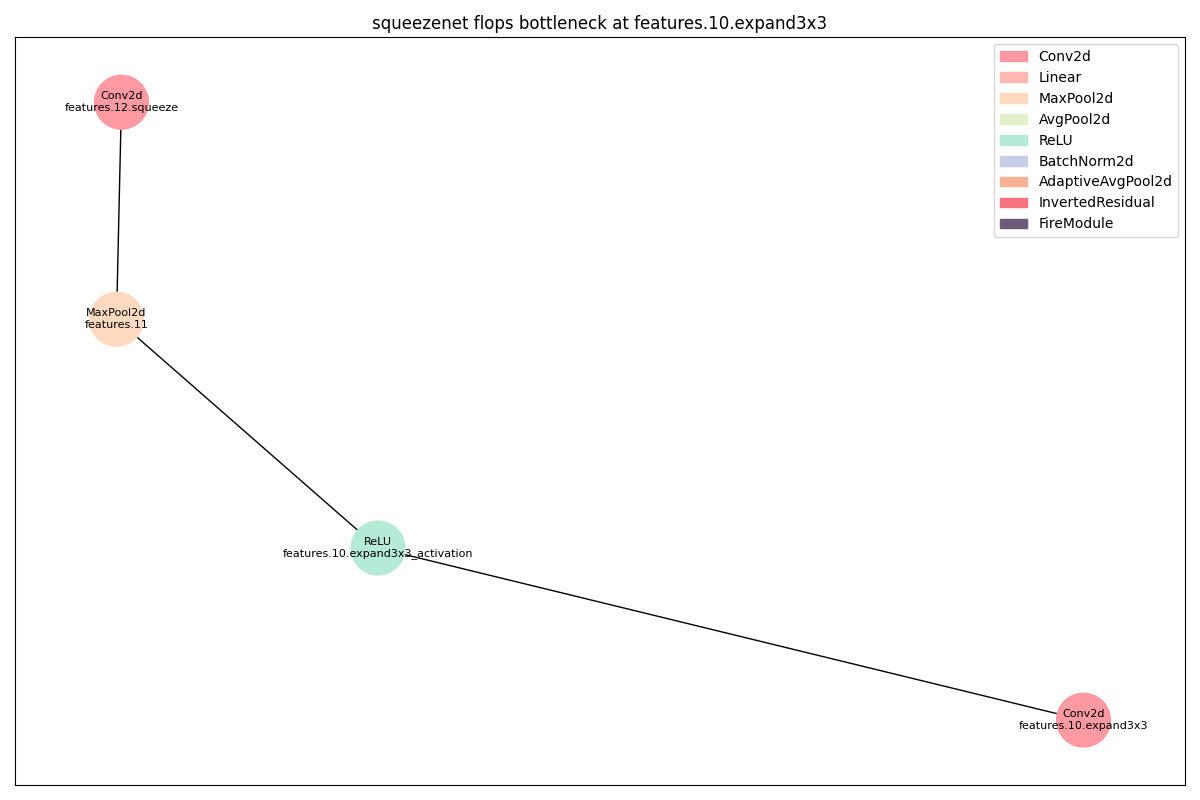
11222-Meng/DNN_Bottlen_Layer_Analysis keeps this Graphviz diagram as dags/squeezenet_flops_features_10_expand3x3_op.png. Above is the earlier version. Its source is kept beside it as dags/squeezenet_flops_features_10_expand3x3_op.dot.
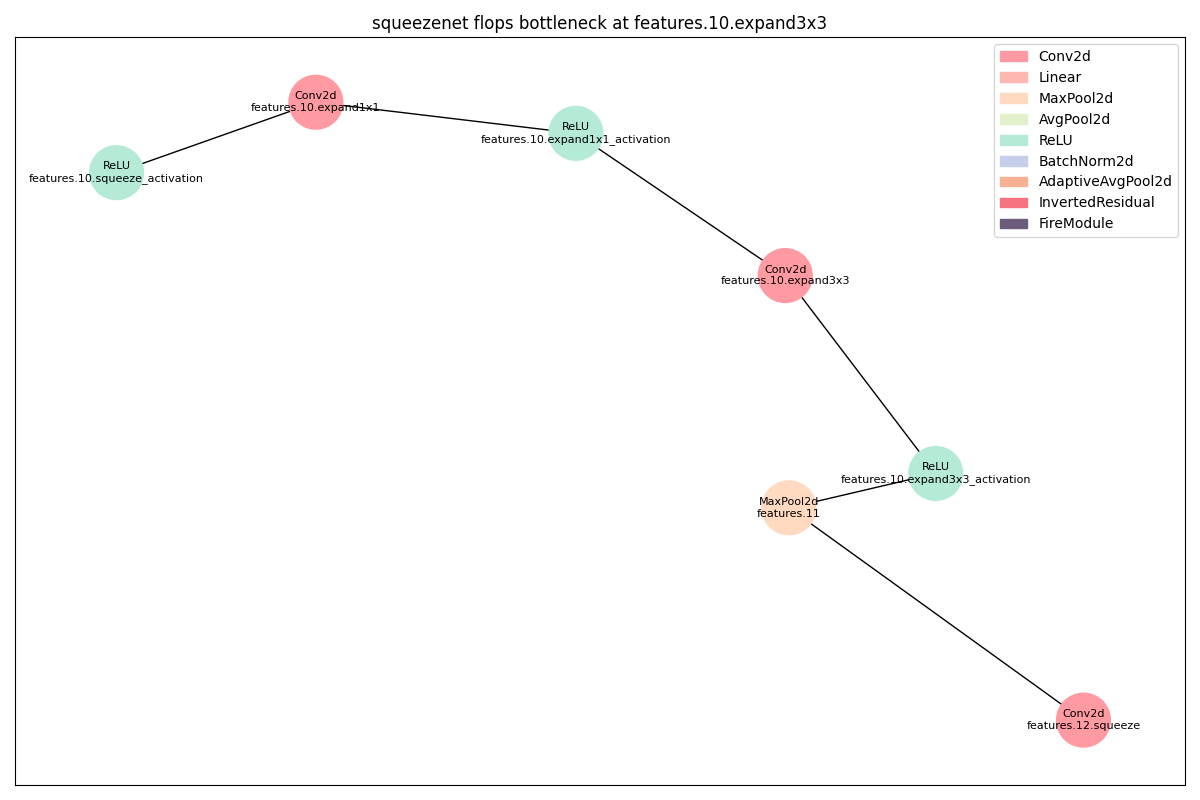
After the change.

Change to the diagram source:
```diff
@@ -1,21 +1,36 @@
 strict digraph "" {
+	ReLU_0	[color="#B5EAD7",
+		layer_name="features.10.squeeze_activation",
+		params=0,
+		type=ReLU];
 	Conv2d_0	[color="#FF9AA2",
+		layer_name="features.10.expand1x1",
+		params=16640,
+		type=Conv2d];
+	ReLU_0 -> Conv2d_0;
+	ReLU_1	[color="#B5EAD7",
+		layer_name="features.10.expand1x1_activation",
+		params=0,
+		type=ReLU];
+	Conv2d_0 -> ReLU_1;
+	Conv2d_1	[color="#FF9AA2",
 		layer_name="features.10.expand3x3",
 		params=147712,
 		type=Conv2d];
-	ReLU_0	[color="#B5EAD7",
+	ReLU_1 -> Conv2d_1;
+	ReLU_2	[color="#B5EAD7",
 		layer_name="features.10.expand3x3_activation",
 		params=0,
 		type=ReLU];
-	Conv2d_0 -> ReLU_0;
+	Conv2d_1 -> ReLU_2;
 	MaxPool2d_0	[color="#FFDAC1",
 		layer_name="features.11",
 		params=0,
 		type=MaxPool2d];
-	ReLU_0 -> MaxPool2d_0;
-	Conv2d_1	[color="#FF9AA2",
+	ReLU_2 -> MaxPool2d_0;
+	Conv2d_2	[color="#FF9AA2",
 		layer_name="features.12.squeeze",
 		params=32832,
 		type=Conv2d];
-	MaxPool2d_0 -> Conv2d_1;
+	MaxPool2d_0 -> Conv2d_2;
 }
```
